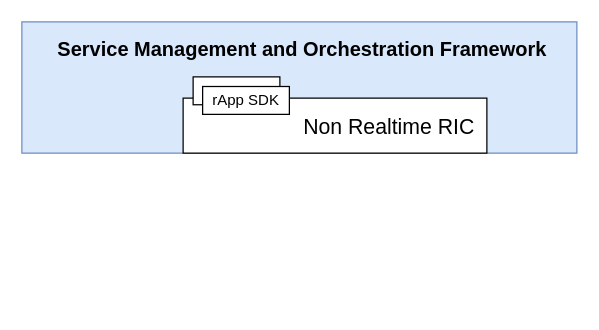
Above: Untitled Diagram.drawio in sieuquay90/drawio (draw.io), before the change. Source tidied: cells renumbered, new cells numbered last; positions are measured from the earlier drawing's top-left corner, leaving out a move shared by most shapes. Both pictures are drawn from the tidied source at 125%, with x=0, y=0 at pixel (21, 21).
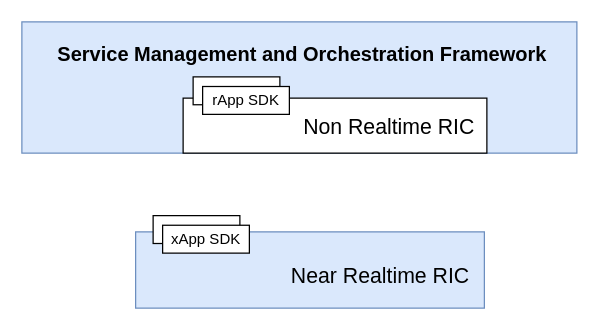
The same diagram, later.

The edit, as a diff of the source:
```diff
@@
 <mxGraphModel>
   <root>
     <mxCell id="0" />
     <mxCell id="1" parent="0" />
     <mxCell id="2" value="&lt;p&gt;&lt;br&gt;&lt;/p&gt;" style="rounded=0;whiteSpace=wrap;html=1;fillColor=#dae8fc;strokeColor=#6c8ebf;align=center;verticalAlign=top;" parent="1" vertex="1">
       <mxGeometry width="444" height="105" as="geometry" />
     </mxCell>
     <mxCell id="3" style="rounded=0;whiteSpace=wrap;html=1;" parent="1" vertex="1">
       <mxGeometry x="129" y="61" width="243" height="44" as="geometry" />
     </mxCell>
     <mxCell id="4" style="group;" parent="1" vertex="1">
       <mxGeometry x="137" y="44" width="77" height="30" as="geometry" />
     </mxCell>
     <mxCell id="5" style="rounded=0;whiteSpace=wrap;html=1;" parent="4" vertex="1">
       <mxGeometry width="69.4" height="22.3" as="geometry" />
     </mxCell>
     <mxCell id="6" value="rApp SDK" style="rounded=0;whiteSpace=wrap;html=1;" parent="4" vertex="1">
       <mxGeometry x="7.6" y="7.7" width="69.4" height="22.3" as="geometry" />
     </mxCell>
     <mxCell id="7" value="&lt;font style=&quot;font-size: 17px;&quot;&gt;Non Realtime RIC&lt;/font&gt;" style="text;html=1;align=center;verticalAlign=middle;whiteSpace=wrap;rounded=0;fontSize=14;" parent="1" vertex="1">
       <mxGeometry x="218" y="70" width="152" height="30" as="geometry" />
     </mxCell>
     <mxCell id="8" value="&lt;span&gt;Service Management and Orchestration Framework&lt;/span&gt;" style="text;html=1;align=center;verticalAlign=middle;whiteSpace=wrap;rounded=0;fontSize=16;fontStyle=1;" parent="1" vertex="1">
-      <mxGeometry x="17" y="7" width="415" height="30" as="geometry" />
+      <mxGeometry x="17" y="11" width="415" height="30" as="geometry" />
     </mxCell>
+    <mxCell id="9" value="&lt;p&gt;&lt;br&gt;&lt;/p&gt;" style="rounded=0;whiteSpace=wrap;html=1;fillColor=#dae8fc;strokeColor=#6c8ebf;align=center;verticalAlign=top;" parent="1" vertex="1">
+      <mxGeometry x="91" y="168" width="279" height="61" as="geometry" />
+    </mxCell>
+    <mxCell id="10" style="group;" parent="1" vertex="1">
+      <mxGeometry x="105" y="155" width="77" height="30" as="geometry" />
+    </mxCell>
+    <mxCell id="11" style="rounded=0;whiteSpace=wrap;html=1;" parent="10" vertex="1">
+      <mxGeometry width="69.4" height="22.3" as="geometry" />
+    </mxCell>
+    <mxCell id="12" value="xApp SDK" style="rounded=0;whiteSpace=wrap;html=1;" parent="10" vertex="1">
+      <mxGeometry x="7.6" y="7.7" width="69.4" height="22.3" as="geometry" />
+    </mxCell>
+    <mxCell id="13" value="&lt;font style=&quot;font-size: 17px;&quot;&gt;Near Realtime RIC&lt;/font&gt;" style="text;html=1;align=center;verticalAlign=middle;whiteSpace=wrap;rounded=0;fontSize=14;" parent="1" vertex="1">
+      <mxGeometry x="211" y="189" width="152" height="30" as="geometry" />
+    </mxCell>
   </root>
 </mxGraphModel>
```
